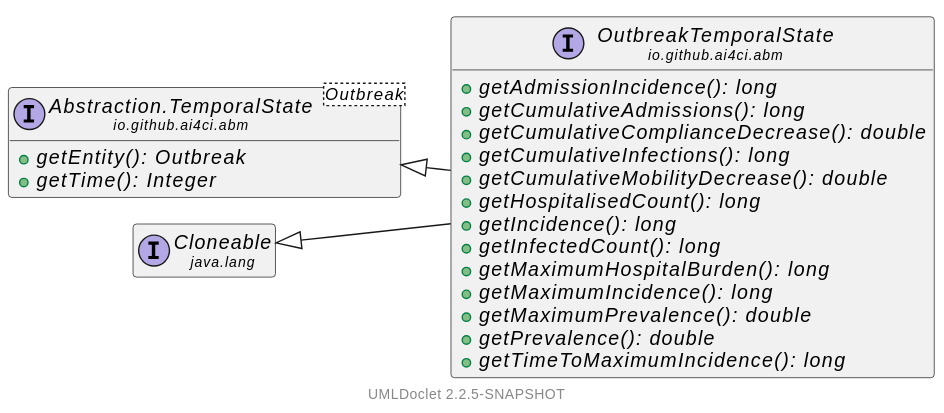
The PlantUML diagram jpansim2-core/apidocs/io/github/ai4ci/abm/OutbreakTemporalState.svg in ai4ci/jpansim2, before a commit.
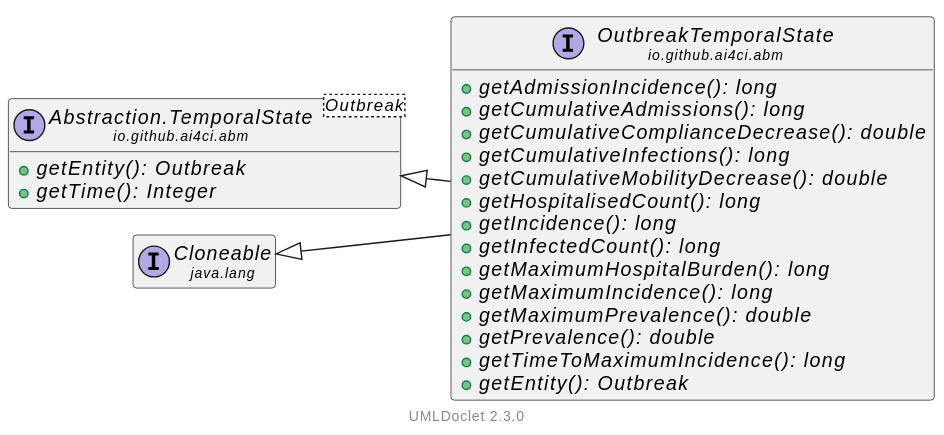
Above is the later version.

What changed in the source:
```diff
@@ -1,43 +1,44 @@
 @startuml
 
 
-    !pragma layout smetana
-    left to right direction
+	!pragma layout smetana
+	left to right direction
 
-    set namespaceSeparator none
-    hide empty fields
-    hide empty methods
+	set namespaceSeparator none
+	hide empty fields
+	hide empty methods
 
-    interface "<size:14>OutbreakTemporalState\n<size:10>io.github.ai4ci.abm" as io.github.ai4ci.abm.OutbreakTemporalState [[OutbreakTemporalState.html]] {
-        {abstract} +getAdmissionIncidence(): long
-        {abstract} +getCumulativeAdmissions(): long
-        {abstract} +getCumulativeComplianceDecrease(): double
-        {abstract} +getCumulativeInfections(): long
-        {abstract} +getCumulativeMobilityDecrease(): double
-        {abstract} +getHospitalisedCount(): long
-        {abstract} +getIncidence(): long
-        {abstract} +getInfectedCount(): long
-        {abstract} +getMaximumHospitalBurden(): long
-        {abstract} +getMaximumIncidence(): long
-        {abstract} +getMaximumPrevalence(): double
-        {abstract} +getPrevalence(): double
-        {abstract} +getTimeToMaximumIncidence(): long
-    }
+	interface "<size:14>OutbreakTemporalState\n<size:10>io.github.ai4ci.abm" as io.github.ai4ci.abm.OutbreakTemporalState [[OutbreakTemporalState.html]] {
+		{abstract} +getAdmissionIncidence(): long
+		{abstract} +getCumulativeAdmissions(): long
+		{abstract} +getCumulativeComplianceDecrease(): double
+		{abstract} +getCumulativeInfections(): long
+		{abstract} +getCumulativeMobilityDecrease(): double
+		{abstract} +getHospitalisedCount(): long
+		{abstract} +getIncidence(): long
+		{abstract} +getInfectedCount(): long
+		{abstract} +getMaximumHospitalBurden(): long
+		{abstract} +getMaximumIncidence(): long
+		{abstract} +getMaximumPrevalence(): double
+		{abstract} +getPrevalence(): double
+		{abstract} +getTimeToMaximumIncidence(): long
+		{abstract} +getEntity(): Outbreak
+	}
 
-    interface "<size:14>Abstraction.TemporalState\n<size:10>io.github.ai4ci.abm" as io.github.ai4ci.abm.Abstraction.TemporalState<Outbreak> [[Abstraction.TemporalState.html]] {
-        {abstract} +getEntity(): Outbreak
-        {abstract} +getTime(): Integer
-    }
-    interface "<size:14>Cloneable\n<size:10>java.lang" as java.lang.Cloneable [[https://docs.oracle.com/en/java/javase/11/docs/api/java.base/java/lang/Cloneable.html?is-external=true]]
+	interface "<size:14>Abstraction.TemporalState\n<size:10>io.github.ai4ci.abm" as io.github.ai4ci.abm.Abstraction.TemporalState<Outbreak> [[Abstraction.TemporalState.html]] {
+		{abstract} +getEntity(): Outbreak
+		{abstract} +getTime(): Integer
+	}
+	interface "<size:14>Cloneable\n<size:10>java.lang" as java.lang.Cloneable [[https://docs.oracle.com/en/java/javase/11/docs/api/java.base/java/lang/Cloneable.html?is-external=true]]
 
-    io.github.ai4ci.abm.Abstraction.TemporalState <|-- io.github.ai4ci.abm.OutbreakTemporalState
-    java.lang.Cloneable <|-- io.github.ai4ci.abm.OutbreakTemporalState
+	io.github.ai4ci.abm.Abstraction.TemporalState <|-- io.github.ai4ci.abm.OutbreakTemporalState
+	java.lang.Cloneable <|-- io.github.ai4ci.abm.OutbreakTemporalState
 
-    <style>
-        footer {
-            HyperLinkColor #8
-            HyperLinkUnderlineThickness 0
-        }
-    </style>
-    footer \n[[https://github.com/talsma-ict/umldoclet UMLDoclet 2.2.5-SNAPSHOT]]
+	<style>
+		footer {
+			HyperLinkColor #8
+			HyperLinkUnderlineThickness 0
+		}
+	</style>
+	footer \n[[https://github.com/talsma-ict/umldoclet UMLDoclet 2.3.0]]
 @enduml
```
